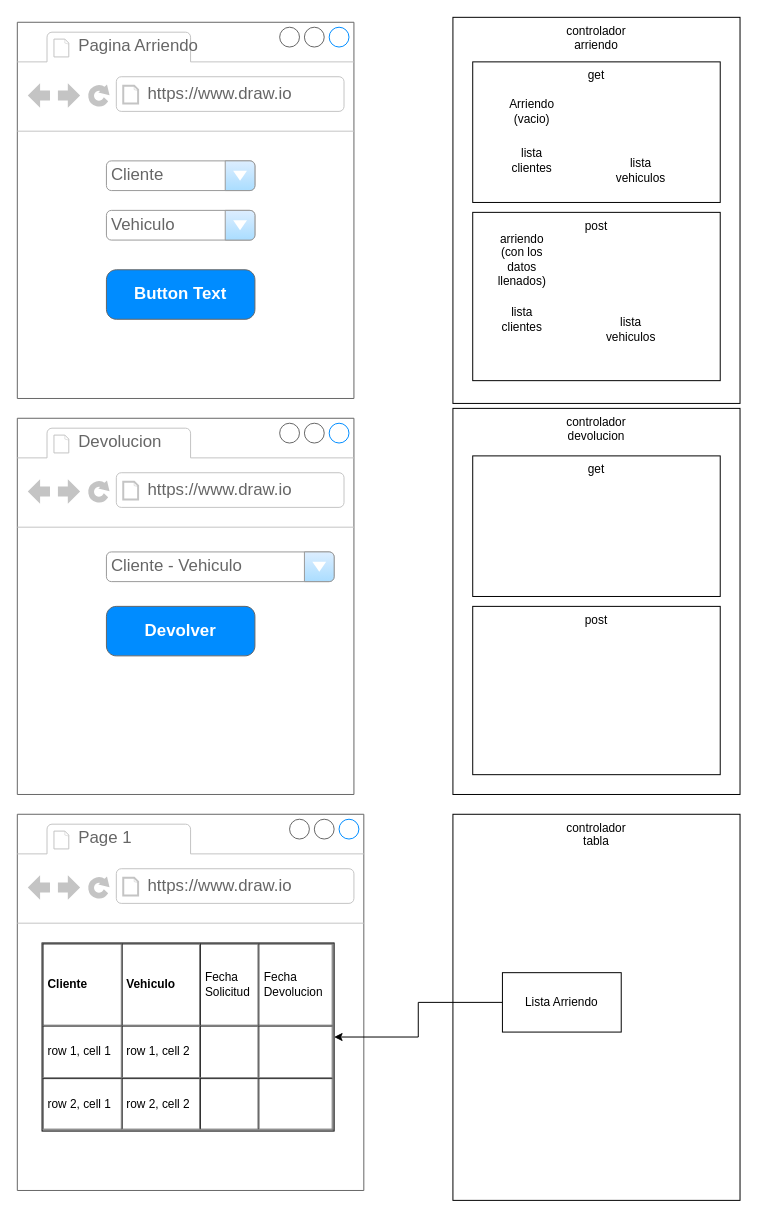
This is page "Página-2" (2 of 2) of diagramas/Diagrama sin título.drawio from escuelainformatica/php20231013_arriendo, a draw.io file, before an edit. Source tidied: cells renumbered, new cells numbered last; positions are measured from the earlier drawing's top-left corner, leaving out a move shared by most shapes. Both pictures are drawn from the tidied source at 99%, with x=0, y=0 at pixel (17, 17).
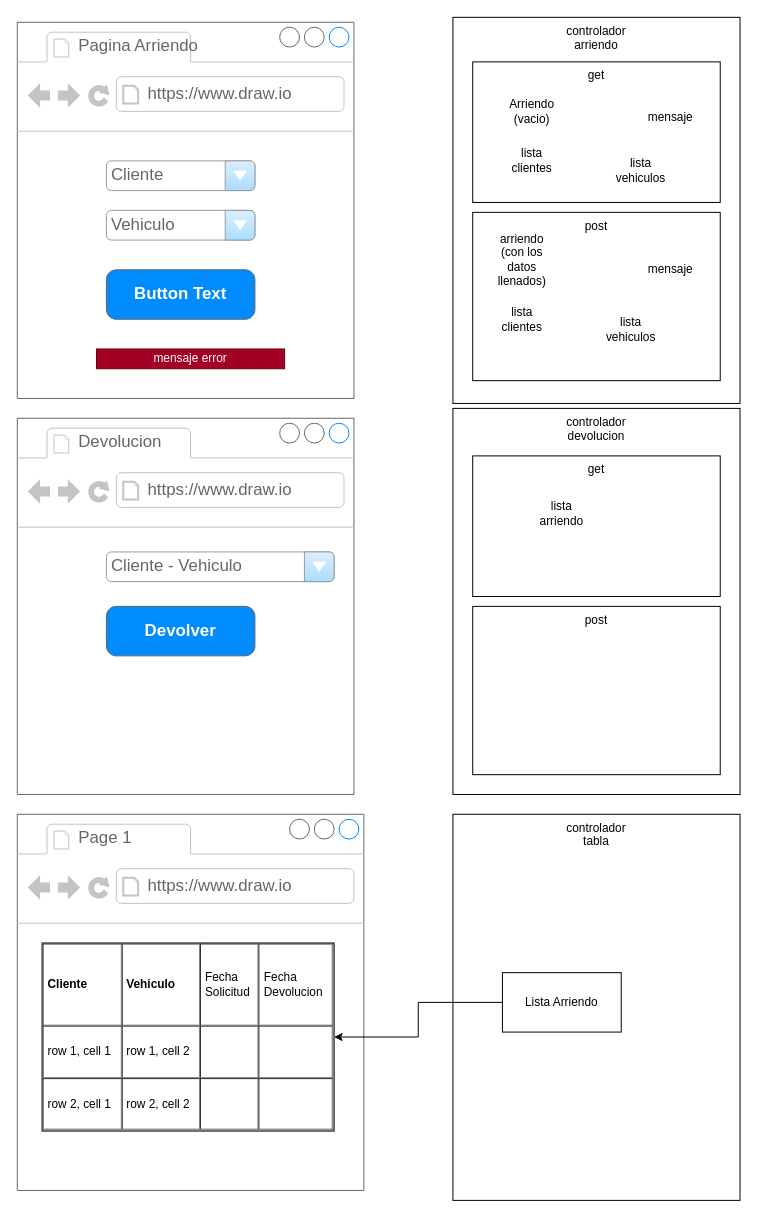
The same page after the edit.

Unchanged cells that the change refers to:
```xml
<mxCell id="2" style="strokeWidth=1;shadow=0;dashed=0;align=center;html=1;shape=mxgraph.mockup.containers.browserWindow;rSize=0;strokeColor=#666666;strokeColor2=#008cff;strokeColor3=#c4c4c4;mainText=,;" parent="1" vertex="1">
  <mxGeometry y="5" width="340" height="380" as="geometry" />
</mxCell>
```

The edit, as a diff of the source:
```diff
@@
+    <mxCell id="32" value="mensaje error" style="text;html=1;strokeColor=#6F0000;fillColor=#a20025;align=center;verticalAlign=middle;whiteSpace=wrap;rounded=0;fontColor=#ffffff;" parent="2" vertex="1">
+      <mxGeometry x="80" y="330" width="190" height="20" as="geometry" />
+    </mxCell>
@@
+    <mxCell id="33" value="lista arriendo" style="text;html=1;strokeColor=none;fillColor=none;align=center;verticalAlign=middle;whiteSpace=wrap;rounded=0;" parent="1" vertex="1">
+      <mxGeometry x="530" y="491" width="40" height="20" as="geometry" />
+    </mxCell>
+    <mxCell id="34" value="mensaje" style="text;html=1;strokeColor=none;fillColor=none;align=center;verticalAlign=middle;whiteSpace=wrap;rounded=0;" parent="1" vertex="1">
+      <mxGeometry x="640" y="91" width="40" height="20" as="geometry" />
+    </mxCell>
+    <mxCell id="35" value="mensaje" style="text;html=1;strokeColor=none;fillColor=none;align=center;verticalAlign=middle;whiteSpace=wrap;rounded=0;" parent="1" vertex="1">
+      <mxGeometry x="640" y="245" width="40" height="20" as="geometry" />
+    </mxCell>
```
